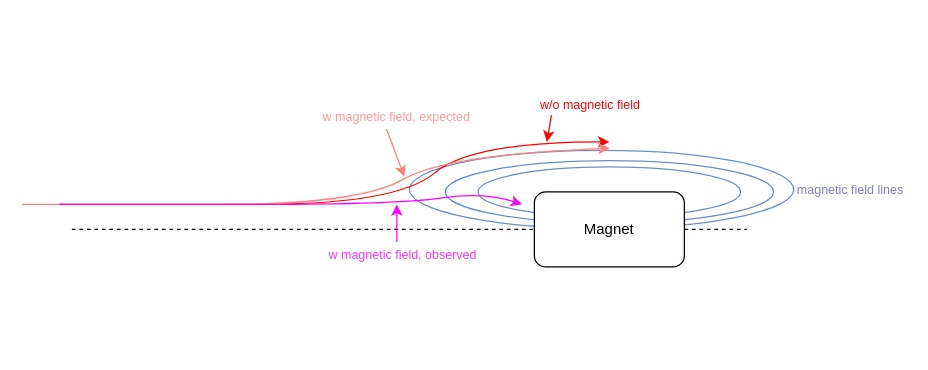
JanThoemel/drawIO keeps this draw.io diagram as meesst.drawio. Above is the earlier version. Source tidied: cells renumbered, new cells numbered last; positions are measured from the earlier drawing's top-left corner, leaving out a move shared by most shapes. Both pictures are drawn from the tidied source at 125%, with x=0, y=0 at pixel (21, 91).
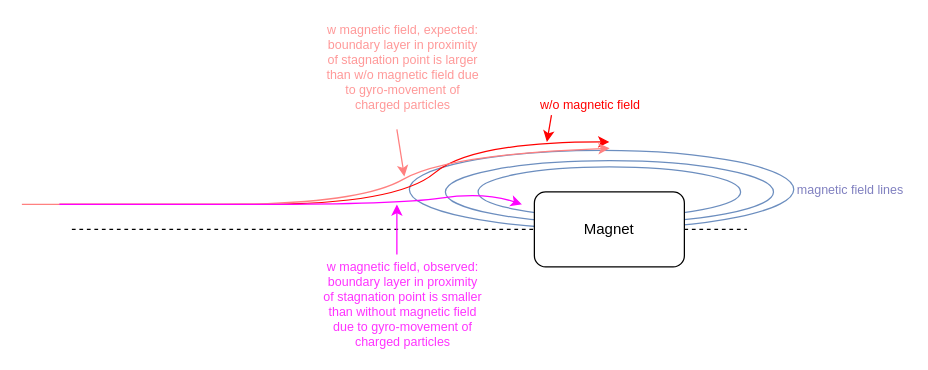
Above is the later version.

What changed in the source:
```diff
@@
-    <mxCell id="12" value="w magnetic field, expected" style="text;html=1;align=center;verticalAlign=middle;whiteSpace=wrap;rounded=0;fontColor=#FF9999;fontSize=10;" parent="1" vertex="1">
-      <mxGeometry x="235" y="10" width="130" height="20" as="geometry" />
+    <mxCell id="12" value="w magnetic field, expected: boundary layer in proximity of stagnation point is larger than w/o magnetic field due to gyro-movement of charged particles" style="text;html=1;align=center;verticalAlign=middle;whiteSpace=wrap;rounded=0;fontColor=#FF9999;fontSize=10;" parent="1" vertex="1">
+      <mxGeometry x="240" y="-30" width="130" height="20" as="geometry" />
     </mxCell>
-    <mxCell id="13" value="w magnetic field, observed" style="text;html=1;align=center;verticalAlign=middle;whiteSpace=wrap;rounded=0;fontColor=#FF33FF;fontSize=10;" parent="1" vertex="1">
-      <mxGeometry x="240" y="120" width="130" height="20" as="geometry" />
+    <mxCell id="13" value="w magnetic field, observed:&lt;br&gt;boundary layer in proximity of stagnation point is smaller than without magnetic field due to gyro-movement of charged particles" style="text;html=1;align=center;verticalAlign=middle;whiteSpace=wrap;rounded=0;fontColor=#FF33FF;fontSize=10;" parent="1" vertex="1">
+      <mxGeometry x="240" y="160" width="130" height="20" as="geometry" />
     </mxCell>
     <mxCell id="14" style="endArrow=classic;html=1;rounded=0;strokeColor=#ff00ff;" parent="1" edge="1">
       <mxGeometry relative="1" as="geometry">
-        <mxPoint x="300" y="120" as="sourcePoint" />
+        <mxPoint x="300" y="130" as="sourcePoint" />
         <mxPoint x="300" y="90" as="targetPoint" />
       </mxGeometry>
     </mxCell>
@@
-    <mxCell id="16" style="endArrow=classic;html=1;rounded=0;strokeColor=#ff8080;exitX=0.436;exitY=0.983;exitDx=0;exitDy=0;exitPerimeter=0;" parent="1" edge="1" source="12">
+    <mxCell id="16" style="endArrow=classic;html=1;rounded=0;strokeColor=#ff8080;" parent="1" edge="1">
       <mxGeometry relative="1" as="geometry">
+        <mxPoint x="300" y="30" as="sourcePoint" />
         <mxPoint x="306" y="67.7" as="targetPoint" />
+        <Array as="points">
+          <mxPoint x="300" y="30" />
+        </Array>
       </mxGeometry>
     </mxCell>
```
